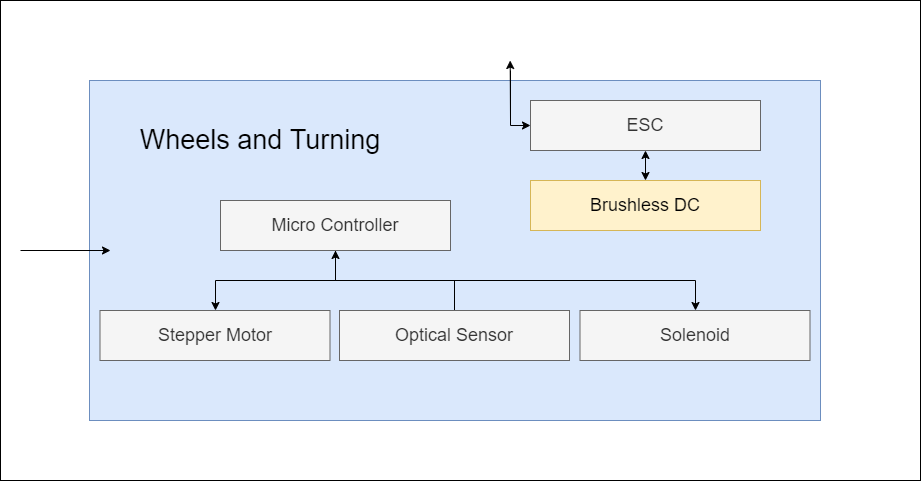
This is ADS Latex/images/Keaton/ESC.png from TuringBoard/ADS, a draw.io export, as it was before one commit. Source tidied: cells renumbered, new cells last; positions are measured from the earlier drawing's top-left corner, leaving out a move shared by most shapes.
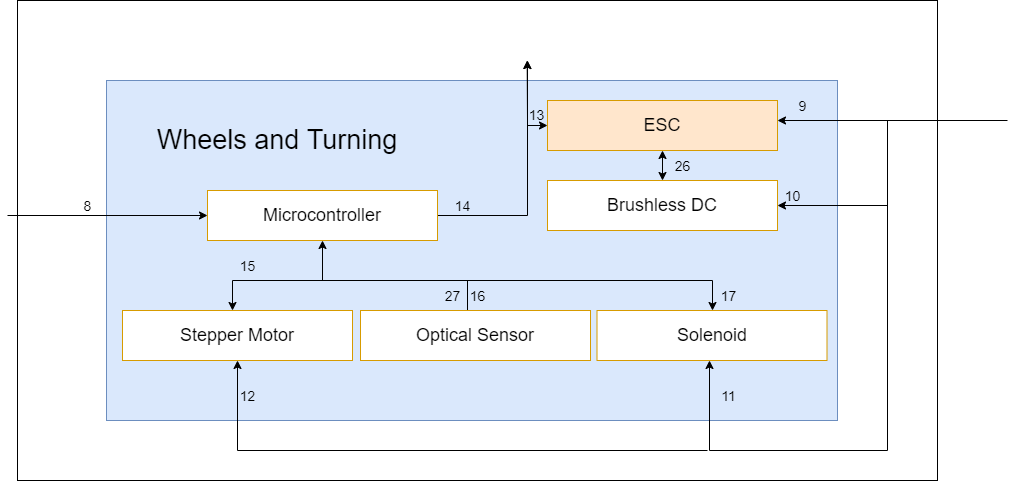
The same file after the commit.

Change to the diagram source:
```diff
@@ -11,33 +11,32 @@
     <mxCell id="4" value="Wheels and Turning" style="text;html=1;strokeColor=none;fillColor=none;align=center;verticalAlign=middle;whiteSpace=wrap;rounded=0;fontSize=27;" parent="1" vertex="1">
       <mxGeometry x="110" y="110" width="300" height="60" as="geometry" />
     </mxCell>
-    <mxCell id="5" value="ESC" style="rounded=0;whiteSpace=wrap;html=1;fontSize=18;fillColor=#f5f5f5;strokeColor=#666666;fontColor=#333333;" parent="1" vertex="1">
+    <mxCell id="5" value="ESC" style="rounded=0;whiteSpace=wrap;html=1;fontSize=18;fillColor=#ffe6cc;strokeColor=#d79b00;" parent="1" vertex="1">
       <mxGeometry x="530" y="100" width="230" height="50" as="geometry" />
     </mxCell>
-    <mxCell id="6" style="edgeStyle=orthogonalEdgeStyle;rounded=0;jettySize=auto;html=1;" parent="1" edge="1" source="8" target="10">
+    <mxCell id="6" style="edgeStyle=orthogonalEdgeStyle;rounded=0;jettySize=auto;html=1;" parent="1" edge="1" target="10">
       <mxGeometry relative="1" as="geometry">
+        <mxPoint x="335" y="280" as="sourcePoint" />
         <Array as="points">
           <mxPoint x="335" y="280" />
           <mxPoint x="215" y="280" />
         </Array>
       </mxGeometry>
     </mxCell>
-    <mxCell id="7" style="edgeStyle=orthogonalEdgeStyle;rounded=0;jettySize=auto;html=1;exitX=0.5;exitY=1;exitDx=0;exitDy=0;" parent="1" edge="1" source="8" target="16">
+    <mxCell id="7" style="edgeStyle=orthogonalEdgeStyle;rounded=0;jettySize=auto;html=1;" parent="1" edge="1" target="16">
       <mxGeometry relative="1" as="geometry">
+        <mxPoint x="335" y="280" as="sourcePoint" />
         <Array as="points">
           <mxPoint x="335" y="280" />
           <mxPoint x="695" y="280" />
         </Array>
       </mxGeometry>
     </mxCell>
-    <mxCell id="8" value="Micro Controller" style="rounded=0;whiteSpace=wrap;html=1;fontSize=18;fillColor=#f5f5f5;fontColor=#333333;strokeColor=#666666;" parent="1" vertex="1">
-      <mxGeometry x="220" y="200" width="230" height="50" as="geometry" />
-    </mxCell>
-    <mxCell id="9" value="&lt;div&gt;Brushless DC&lt;/div&gt;" style="rounded=0;whiteSpace=wrap;html=1;fontSize=18;fillColor=#fff2cc;strokeColor=#d6b656;" parent="1" vertex="1">
+    <mxCell id="9" value="&lt;div&gt;Brushless DC&lt;/div&gt;" style="rounded=0;whiteSpace=wrap;html=1;fontSize=18;fillColor=#FFFFFF;strokeColor=#d79b00;" parent="1" vertex="1">
       <mxGeometry x="530" y="180" width="230" height="50" as="geometry" />
     </mxCell>
-    <mxCell id="10" value="Stepper Motor" style="rounded=0;whiteSpace=wrap;html=1;fontSize=18;fillColor=#f5f5f5;fontColor=#333333;strokeColor=#666666;" parent="1" vertex="1">
-      <mxGeometry x="99.5" y="310" width="230" height="50" as="geometry" />
+    <mxCell id="10" value="Stepper Motor" style="rounded=0;whiteSpace=wrap;html=1;fontSize=18;fillColor=#FFFFFF;strokeColor=#d79b00;" parent="1" vertex="1">
+      <mxGeometry x="105" y="310" width="230" height="50" as="geometry" />
     </mxCell>
     <mxCell id="11" style="edgeStyle=orthogonalEdgeStyle;rounded=0;jettySize=auto;html=1;entryX=0;entryY=0.5;entryDx=0;entryDy=0;" parent="1" edge="1" target="5">
       <mxGeometry relative="1" as="geometry">
@@ -53,13 +52,18 @@
     <mxCell id="13" style="endArrow=classic;startArrow=classic;html=1;rounded=0;exitX=0.5;exitY=1;exitDx=0;exitDy=0;" parent="1" edge="1" source="5" target="9">
       <mxGeometry relative="1" as="geometry" />
     </mxCell>
-    <mxCell id="14" style="edgeStyle=orthogonalEdgeStyle;rounded=0;jettySize=auto;html=1;entryX=0.5;entryY=1;entryDx=0;entryDy=0;" parent="1" edge="1" source="15" target="8">
-      <mxGeometry relative="1" as="geometry" />
+    <mxCell id="14" style="edgeStyle=orthogonalEdgeStyle;rounded=0;jettySize=auto;html=1;entryX=0.5;entryY=1;entryDx=0;entryDy=0;" parent="1" edge="1" source="15" target="23">
+      <mxGeometry relative="1" as="geometry">
+        <Array as="points">
+          <mxPoint x="450" y="280" />
+          <mxPoint x="305" y="280" />
+        </Array>
+      </mxGeometry>
     </mxCell>
-    <mxCell id="15" value="Optical Sensor" style="rounded=0;whiteSpace=wrap;html=1;fontSize=18;fillColor=#f5f5f5;fontColor=#333333;strokeColor=#666666;" parent="1" vertex="1">
-      <mxGeometry x="339" y="310" width="230" height="50" as="geometry" />
+    <mxCell id="15" value="Optical Sensor" style="rounded=0;whiteSpace=wrap;html=1;fontSize=18;fillColor=#FFFFFF;strokeColor=#d79b00;" parent="1" vertex="1">
+      <mxGeometry x="343" y="310" width="230" height="50" as="geometry" />
     </mxCell>
-    <mxCell id="16" value="Solenoid" style="rounded=0;whiteSpace=wrap;html=1;fontSize=18;fillColor=#f5f5f5;fontColor=#333333;strokeColor=#666666;" parent="1" vertex="1">
+    <mxCell id="16" value="Solenoid" style="rounded=0;whiteSpace=wrap;html=1;fontSize=18;fillColor=#FFFFFF;strokeColor=#d79b00;" parent="1" vertex="1">
       <mxGeometry x="579.5" y="310" width="230" height="50" as="geometry" />
     </mxCell>
     <mxCell id="17" style="endArrow=classic;html=1;rounded=0;entryX=0.554;entryY=0.125;entryDx=0;entryDy=0;entryPerimeter=0;" parent="1" edge="1" target="2">
@@ -67,11 +71,83 @@
         <mxPoint x="510" y="120" as="sourcePoint" />
       </mxGeometry>
     </mxCell>
-    <mxCell id="18" style="endArrow=classic;html=1;rounded=0;" parent="1" edge="1">
-      <mxGeometry relative="1" as="geometry">
-        <mxPoint x="20" y="250" as="sourcePoint" />
-        <mxPoint x="110" y="250" as="targetPoint" />
-      </mxGeometry>
-    </mxCell>
+    <mxCell id="19" style="endArrow=classic;html=1;rounded=0;" parent="1" edge="1">
+      <mxGeometry relative="1" as="geometry">
+        <mxPoint x="990" y="120" as="sourcePoint" />
+        <mxPoint x="760" y="120" as="targetPoint" />
+      </mxGeometry>
+    </mxCell>
+    <mxCell id="20" style="endArrow=classic;html=1;rounded=0;" parent="1" edge="1">
+      <mxGeometry relative="1" as="geometry">
+        <mxPoint x="870" y="120" as="sourcePoint" />
+        <mxPoint x="692" y="360" as="targetPoint" />
+        <Array as="points">
+          <mxPoint x="870" y="450" />
+          <mxPoint x="692" y="450" />
+        </Array>
+      </mxGeometry>
+    </mxCell>
+    <mxCell id="21" style="endArrow=classic;html=1;rounded=0;entryX=0.5;entryY=1;entryDx=0;entryDy=0;" parent="1" edge="1" target="10">
+      <mxGeometry relative="1" as="geometry">
+        <mxPoint x="690" y="450" as="sourcePoint" />
+        <Array as="points">
+          <mxPoint x="220" y="450" />
+        </Array>
+      </mxGeometry>
+    </mxCell>
+    <mxCell id="22" style="edgeStyle=orthogonalEdgeStyle;rounded=0;jettySize=auto;html=1;" parent="1" edge="1" source="23">
+      <mxGeometry relative="1" as="geometry">
+        <mxPoint x="510" y="60" as="targetPoint" />
+      </mxGeometry>
+    </mxCell>
+    <mxCell id="23" value="Microcontroller" style="rounded=0;whiteSpace=wrap;html=1;fontSize=18;fillColor=#FFFFFF;strokeColor=#d79b00;" parent="1" vertex="1">
+      <mxGeometry x="190" y="190" width="230" height="50" as="geometry" />
+    </mxCell>
+    <mxCell id="24" value="&lt;font style=&quot;font-size: 14px&quot;&gt;8&lt;/font&gt;" style="text;html=1;align=center;verticalAlign=middle;strokeColor=none;fillColor=none;fontSize=18;" parent="1" vertex="1">
+      <mxGeometry x="60" y="190" width="20" height="30" as="geometry" />
+    </mxCell>
+    <mxCell id="25" value="&lt;font style=&quot;font-size: 14px&quot;&gt;15&lt;br&gt;&lt;/font&gt;" style="text;html=1;align=center;verticalAlign=middle;strokeColor=none;fillColor=none;fontSize=18;" parent="1" vertex="1">
+      <mxGeometry x="215" y="250" width="30" height="30" as="geometry" />
+    </mxCell>
+    <mxCell id="26" value="&lt;font style=&quot;font-size: 14px&quot;&gt;16&lt;br&gt;&lt;/font&gt;" style="text;html=1;align=center;verticalAlign=middle;strokeColor=none;fillColor=none;fontSize=18;" parent="1" vertex="1">
+      <mxGeometry x="445" y="280" width="30" height="30" as="geometry" />
+    </mxCell>
+    <mxCell id="27" style="endArrow=classic;html=1;rounded=0;entryX=0;entryY=0.5;entryDx=0;entryDy=0;" parent="1" edge="1" target="23">
+      <mxGeometry relative="1" as="geometry">
+        <mxPoint x="-10" y="215" as="sourcePoint" />
+      </mxGeometry>
+    </mxCell>
+    <mxCell id="28" value="&lt;font style=&quot;font-size: 14px&quot;&gt;17&lt;br&gt;&lt;/font&gt;" style="text;html=1;align=center;verticalAlign=middle;strokeColor=none;fillColor=none;fontSize=18;" parent="1" vertex="1">
+      <mxGeometry x="696" y="280" width="30" height="30" as="geometry" />
+    </mxCell>
+    <mxCell id="29" value="&lt;font style=&quot;font-size: 14px&quot;&gt;14&lt;br&gt;&lt;/font&gt;" style="text;html=1;align=center;verticalAlign=middle;strokeColor=none;fillColor=none;fontSize=18;" parent="1" vertex="1">
+      <mxGeometry x="430" y="190" width="30" height="30" as="geometry" />
+    </mxCell>
+    <mxCell id="30" value="&lt;font style=&quot;font-size: 14px&quot;&gt;13&lt;br&gt;&lt;/font&gt;" style="text;html=1;align=center;verticalAlign=middle;strokeColor=none;fillColor=none;fontSize=18;" parent="1" vertex="1">
+      <mxGeometry x="504" y="99" width="30" height="30" as="geometry" />
+    </mxCell>
+    <mxCell id="31" value="&lt;font style=&quot;font-size: 14px&quot;&gt;12&lt;span style=&quot;color: rgba(0 , 0 , 0 , 0) ; font-family: monospace ; font-size: 0px&quot;&gt;%3CmxGraphModel%3E%3Croot%3E%3CmxCell%20id%3D%220%22%2F%3E%3CmxCell%20id%3D%221%22%20parent%3D%220%22%2F%3E%3CmxCell%20id%3D%222%22%20value%3D%22%26lt%3Bfont%20style%3D%26quot%3Bfont-size%3A%2014px%26quot%3B%26gt%3B15%26lt%3Bbr%26gt%3B%26lt%3B%2Ffont%26gt%3B%22%20style%3D%22text%3Bhtml%3D1%3Balign%3Dcenter%3BverticalAlign%3Dmiddle%3Bresizable%3D0%3Bpoints%3D%5B%5D%3Bautosize%3D1%3BstrokeColor%3Dnone%3BfillColor%3Dnone%3BfontSize%3D18%3B%22%20vertex%3D%221%22%20parent%3D%221%22%3E%3CmxGeometry%20x%3D%22-595%22%20y%3D%22280%22%20width%3D%2230%22%20height%3D%2230%22%20as%3D%22geometry%22%2F%3E%3C%2FmxCell%3E%3C%2Froot%3E%3C%2FmxGraphModel%3E&lt;/span&gt;&lt;br&gt;&lt;/font&gt;" style="text;html=1;align=center;verticalAlign=middle;strokeColor=none;fillColor=none;fontSize=18;" parent="1" vertex="1">
+      <mxGeometry x="215" y="380" width="30" height="30" as="geometry" />
+    </mxCell>
+    <mxCell id="32" value="&lt;font style=&quot;font-size: 14px&quot;&gt;11&lt;br&gt;&lt;/font&gt;" style="text;html=1;align=center;verticalAlign=middle;strokeColor=none;fillColor=none;fontSize=18;" parent="1" vertex="1">
+      <mxGeometry x="696" y="380" width="30" height="30" as="geometry" />
+    </mxCell>
+    <mxCell id="33" value="&lt;font style=&quot;font-size: 14px&quot;&gt;10&lt;br&gt;&lt;/font&gt;" style="text;html=1;align=center;verticalAlign=middle;strokeColor=none;fillColor=none;fontSize=18;" parent="1" vertex="1">
+      <mxGeometry x="760" y="180" width="30" height="30" as="geometry" />
+    </mxCell>
+    <mxCell id="34" style="endArrow=classic;html=1;rounded=0;" parent="1" edge="1" target="9">
+      <mxGeometry relative="1" as="geometry">
+        <mxPoint x="870" y="205" as="sourcePoint" />
+      </mxGeometry>
+    </mxCell>
+    <mxCell id="35" value="&lt;font style=&quot;font-size: 14px&quot;&gt;9&lt;br&gt;&lt;/font&gt;" style="text;html=1;align=center;verticalAlign=middle;strokeColor=none;fillColor=none;fontSize=18;" parent="1" vertex="1">
+      <mxGeometry x="775" y="90" width="20" height="30" as="geometry" />
+    </mxCell>
+    <mxCell id="36" value="&lt;font style=&quot;font-size: 14px&quot;&gt;26&lt;br&gt;&lt;/font&gt;" style="text;html=1;align=center;verticalAlign=middle;strokeColor=none;fillColor=none;fontSize=18;" parent="1" vertex="1">
+      <mxGeometry x="650" y="150" width="30" height="30" as="geometry" />
+    </mxCell>
+    <mxCell id="37" value="&lt;font style=&quot;font-size: 14px&quot;&gt;27&lt;br&gt;&lt;/font&gt;" style="text;html=1;align=center;verticalAlign=middle;strokeColor=none;fillColor=none;fontSize=18;" parent="1" vertex="1">
+      <mxGeometry x="420" y="280" width="30" height="30" as="geometry" />
+    </mxCell>
   </root>
 </mxGraphModel>
```
